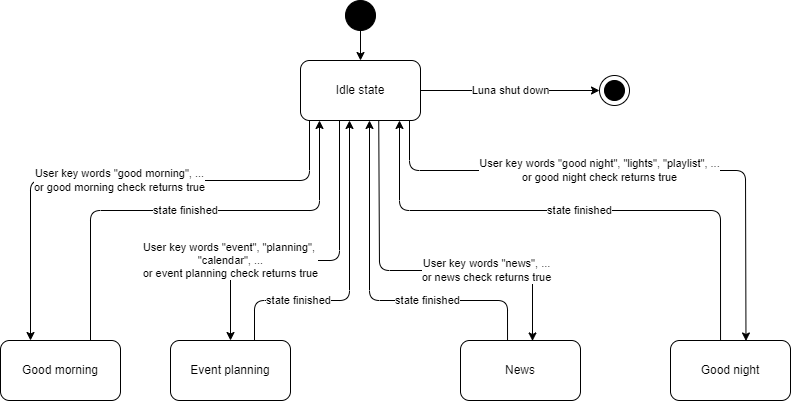
The draw.io diagram docs/statemachine/state_machine.png in ASWE-PDA/Personal-Digital-Agent, before a commit. Source tidied: cells renumbered, new cells last; positions are measured from the earlier drawing's top-left corner, leaving out a move shared by most shapes. Source of this version:
```xml
<mxGraphModel>
  <root>
    <mxCell id="0" />
    <mxCell id="1" parent="0" />
    <mxCell id="2" style="edgeStyle=none;html=1;" parent="1" edge="1" source="3" target="4">
      <mxGeometry relative="1" as="geometry" />
    </mxCell>
    <mxCell id="3" style="ellipse;whiteSpace=wrap;html=1;fillColor=#000000;" parent="1" vertex="1">
      <mxGeometry x="345" width="30" height="30" as="geometry" />
    </mxCell>
    <mxCell id="4" value="Idle state" style="rounded=1;whiteSpace=wrap;html=1;fillColor=#FFFFFF;" parent="1" vertex="1">
      <mxGeometry x="300" y="60" width="120" height="60" as="geometry" />
    </mxCell>
    <mxCell id="5" value="Good morning" style="rounded=1;whiteSpace=wrap;html=1;fillColor=#FFFFFF;" parent="1" vertex="1">
      <mxGeometry y="340" width="120" height="60" as="geometry" />
    </mxCell>
    <mxCell id="6" value="Event planning" style="rounded=1;whiteSpace=wrap;html=1;fillColor=#FFFFFF;" parent="1" vertex="1">
      <mxGeometry x="170" y="340" width="120" height="60" as="geometry" />
    </mxCell>
    <mxCell id="7" value="News" style="rounded=1;whiteSpace=wrap;html=1;fillColor=#FFFFFF;" parent="1" vertex="1">
      <mxGeometry x="460" y="340" width="120" height="60" as="geometry" />
    </mxCell>
    <mxCell id="8" value="Good night" style="rounded=1;whiteSpace=wrap;html=1;fillColor=#FFFFFF;" parent="1" vertex="1">
      <mxGeometry x="670" y="340" width="120" height="60" as="geometry" />
    </mxCell>
    <mxCell id="9" value="User key words &quot;good morning&quot;, ...&#10;or good morning check returns true" style="endArrow=classic;html=1;entryX=0.25;entryY=0;entryDx=0;entryDy=0;" parent="1" edge="1" target="5">
      <mxGeometry relative="1" as="geometry">
        <mxPoint x="309" y="120" as="sourcePoint" />
        <Array as="points">
          <mxPoint x="309" y="180" />
          <mxPoint x="30" y="180" />
        </Array>
      </mxGeometry>
    </mxCell>
    <mxCell id="10" value="state finished" style="endArrow=classic;html=1;exitX=0.75;exitY=0;exitDx=0;exitDy=0;" parent="1" edge="1" source="5">
      <mxGeometry relative="1" as="geometry">
        <mxPoint x="319" y="120" as="targetPoint" />
        <Array as="points">
          <mxPoint x="90" y="210" />
          <mxPoint x="319" y="210" />
        </Array>
      </mxGeometry>
    </mxCell>
    <mxCell id="11" value="User key words &quot;event&quot;, &quot;planning&quot;, &#10;&quot;calendar&quot;, ...&#10;or event planning check returns true" style="endArrow=classic;html=1;entryX=0.5;entryY=0;entryDx=0;entryDy=0;" parent="1" edge="1" target="6">
      <mxGeometry x="0.51" relative="1" as="geometry">
        <mxPoint x="339" y="120" as="sourcePoint" />
        <Array as="points">
          <mxPoint x="339" y="260" />
          <mxPoint x="230" y="260" />
        </Array>
      </mxGeometry>
    </mxCell>
    <mxCell id="12" value="state finished" style="endArrow=classic;html=1;exitX=0.7;exitY=0.008;exitDx=0;exitDy=0;exitPerimeter=0;" parent="1" edge="1" source="6">
      <mxGeometry x="-0.47" relative="1" as="geometry">
        <mxPoint x="349" y="120" as="targetPoint" />
        <Array as="points">
          <mxPoint x="254" y="300" />
          <mxPoint x="349" y="300" />
        </Array>
      </mxGeometry>
    </mxCell>
    <mxCell id="13" value="User key words &quot;news&quot;, ...&#10;or news check returns true" style="endArrow=classic;html=1;entryX=0.6;entryY=0.008;entryDx=0;entryDy=0;entryPerimeter=0;exitX=0.652;exitY=1.008;exitDx=0;exitDy=0;exitPerimeter=0;" parent="1" edge="1" source="4" target="7">
      <mxGeometry x="0.38" relative="1" as="geometry">
        <Array as="points">
          <mxPoint x="379" y="270" />
          <mxPoint x="532" y="270" />
        </Array>
      </mxGeometry>
    </mxCell>
    <mxCell id="14" value="state finished" style="endArrow=classic;html=1;exitX=0.392;exitY=0.008;exitDx=0;exitDy=0;exitPerimeter=0;" parent="1" edge="1" source="7">
      <mxGeometry x="-0.33" relative="1" as="geometry">
        <mxPoint x="369" y="120" as="targetPoint" />
        <Array as="points">
          <mxPoint x="507" y="300" />
          <mxPoint x="369" y="300" />
        </Array>
      </mxGeometry>
    </mxCell>
    <mxCell id="15" value="&lt;div&gt;User key words &quot;good night&quot;, &quot;lights&quot;, &quot;playlist&quot;, ...&lt;/div&gt;&lt;div&gt;or good night check returns true&lt;/div&gt;" style="endArrow=classic;html=1;entryX=0.629;entryY=0.008;entryDx=0;entryDy=0;entryPerimeter=0;" parent="1" edge="1" target="8">
      <mxGeometry x="-0.14" relative="1" as="geometry">
        <mxPoint x="409" y="120" as="sourcePoint" />
        <Array as="points">
          <mxPoint x="409" y="170" />
          <mxPoint x="745" y="170" />
        </Array>
      </mxGeometry>
    </mxCell>
    <mxCell id="16" value="state finished" style="endArrow=classic;html=1;exitX=0.417;exitY=0.008;exitDx=0;exitDy=0;exitPerimeter=0;entryX=0.825;entryY=1;entryDx=0;entryDy=0;entryPerimeter=0;" parent="1" edge="1" source="8" target="4">
      <mxGeometry relative="1" as="geometry">
        <Array as="points">
          <mxPoint x="720" y="210" />
          <mxPoint x="399" y="210" />
        </Array>
      </mxGeometry>
    </mxCell>
    <mxCell id="17" value="Luna shut down" style="endArrow=classic;html=1;exitX=1;exitY=0.5;exitDx=0;exitDy=0;entryX=0;entryY=0.5;entryDx=0;entryDy=0;" parent="1" edge="1" source="4" target="18">
      <mxGeometry relative="1" as="geometry" />
    </mxCell>
    <mxCell id="18" style="ellipse;whiteSpace=wrap;html=1;fillColor=#FFFFFF;" parent="1" vertex="1">
      <mxGeometry x="599" y="75" width="30" height="30" as="geometry" />
    </mxCell>
    <mxCell id="19" style="ellipse;whiteSpace=wrap;html=1;fillColor=#000000;" parent="1" vertex="1">
      <mxGeometry x="604" y="80" width="20" height="20" as="geometry" />
    </mxCell>
  </root>
</mxGraphModel>
```
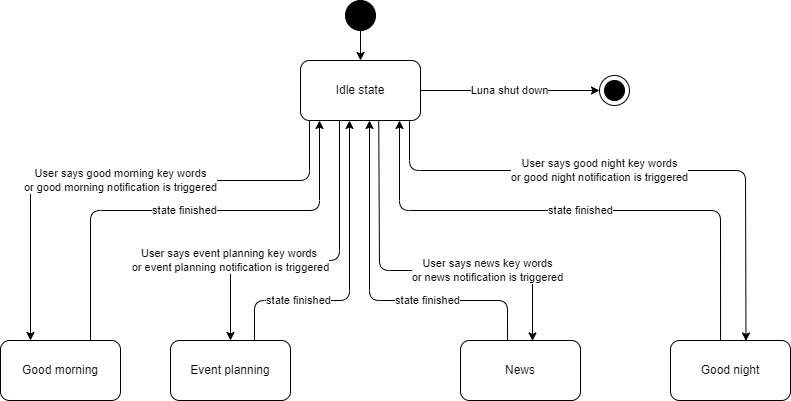
Later version of the same file.

Commit message:
update state machine diagram

What changed in the source:
```diff
@@ -23,7 +23,7 @@
     <mxCell id="8" value="Good night" style="rounded=1;whiteSpace=wrap;html=1;fillColor=#FFFFFF;" parent="1" vertex="1">
       <mxGeometry x="670" y="340" width="120" height="60" as="geometry" />
     </mxCell>
-    <mxCell id="9" value="User key words &quot;good morning&quot;, ...&#10;or good morning check returns true" style="endArrow=classic;html=1;entryX=0.25;entryY=0;entryDx=0;entryDy=0;" parent="1" edge="1" target="5">
+    <mxCell id="9" value="User says good morning key words&lt;br&gt;or good morning notification is triggered" style="endArrow=classic;html=1;entryX=0.25;entryY=0;entryDx=0;entryDy=0;" parent="1" edge="1" target="5">
       <mxGeometry relative="1" as="geometry">
         <mxPoint x="309" y="120" as="sourcePoint" />
         <Array as="points">
@@ -41,7 +41,7 @@
         </Array>
       </mxGeometry>
     </mxCell>
-    <mxCell id="11" value="User key words &quot;event&quot;, &quot;planning&quot;, &#10;&quot;calendar&quot;, ...&#10;or event planning check returns true" style="endArrow=classic;html=1;entryX=0.5;entryY=0;entryDx=0;entryDy=0;" parent="1" edge="1" target="6">
+    <mxCell id="11" value="User says event planning key words&amp;nbsp;&lt;br&gt;or event planning notification is triggered" style="endArrow=classic;html=1;entryX=0.5;entryY=0;entryDx=0;entryDy=0;" parent="1" edge="1" target="6">
       <mxGeometry x="0.51" relative="1" as="geometry">
         <mxPoint x="339" y="120" as="sourcePoint" />
         <Array as="points">
@@ -59,7 +59,7 @@
         </Array>
       </mxGeometry>
     </mxCell>
-    <mxCell id="13" value="User key words &quot;news&quot;, ...&#10;or news check returns true" style="endArrow=classic;html=1;entryX=0.6;entryY=0.008;entryDx=0;entryDy=0;entryPerimeter=0;exitX=0.652;exitY=1.008;exitDx=0;exitDy=0;exitPerimeter=0;" parent="1" edge="1" source="4" target="7">
+    <mxCell id="13" value="User says news key words&lt;br&gt;or news notification is triggered" style="endArrow=classic;html=1;entryX=0.6;entryY=0.008;entryDx=0;entryDy=0;entryPerimeter=0;exitX=0.652;exitY=1.008;exitDx=0;exitDy=0;exitPerimeter=0;" parent="1" edge="1" source="4" target="7">
       <mxGeometry x="0.38" relative="1" as="geometry">
         <Array as="points">
           <mxPoint x="379" y="270" />
@@ -76,7 +76,7 @@
         </Array>
       </mxGeometry>
     </mxCell>
-    <mxCell id="15" value="&lt;div&gt;User key words &quot;good night&quot;, &quot;lights&quot;, &quot;playlist&quot;, ...&lt;/div&gt;&lt;div&gt;or good night check returns true&lt;/div&gt;" style="endArrow=classic;html=1;entryX=0.629;entryY=0.008;entryDx=0;entryDy=0;entryPerimeter=0;" parent="1" edge="1" target="8">
+    <mxCell id="15" value="User says good night key words&lt;br&gt;or good night notification is triggered" style="endArrow=classic;html=1;entryX=0.629;entryY=0.008;entryDx=0;entryDy=0;entryPerimeter=0;" parent="1" edge="1" target="8">
       <mxGeometry x="-0.14" relative="1" as="geometry">
         <mxPoint x="409" y="120" as="sourcePoint" />
         <Array as="points">
```
